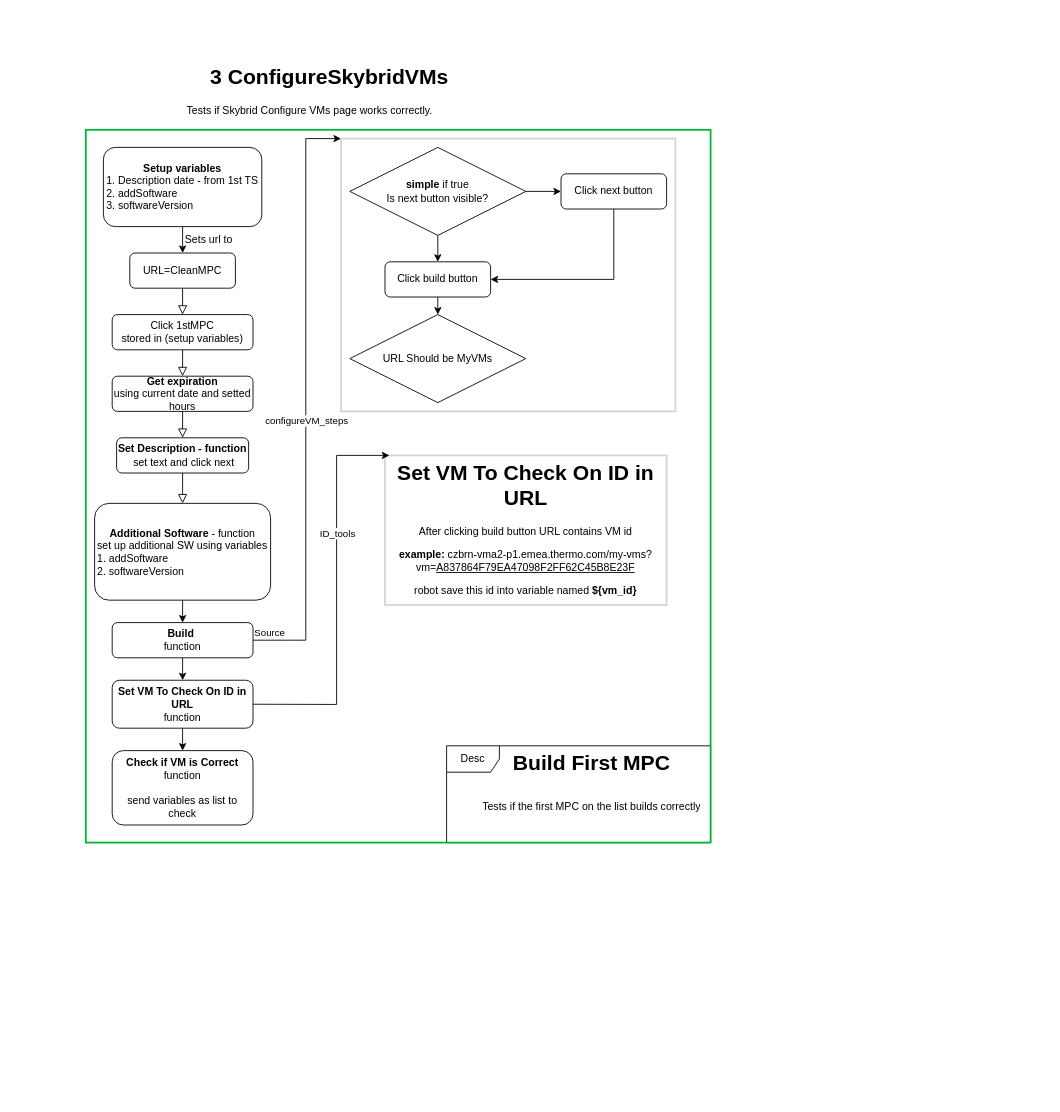
This is page "1 ConfigureVMs" (5 of 5) of 4_MyVMS.drawio from MartinBlazek6/Project, a draw.io file, before an edit. Source tidied: cells renumbered, new cells numbered last; positions are measured from the earlier drawing's top-left corner, leaving out a move shared by most shapes. Both pictures are drawn from the tidied source at 88%, with x=0, y=0 at pixel (41, 59).
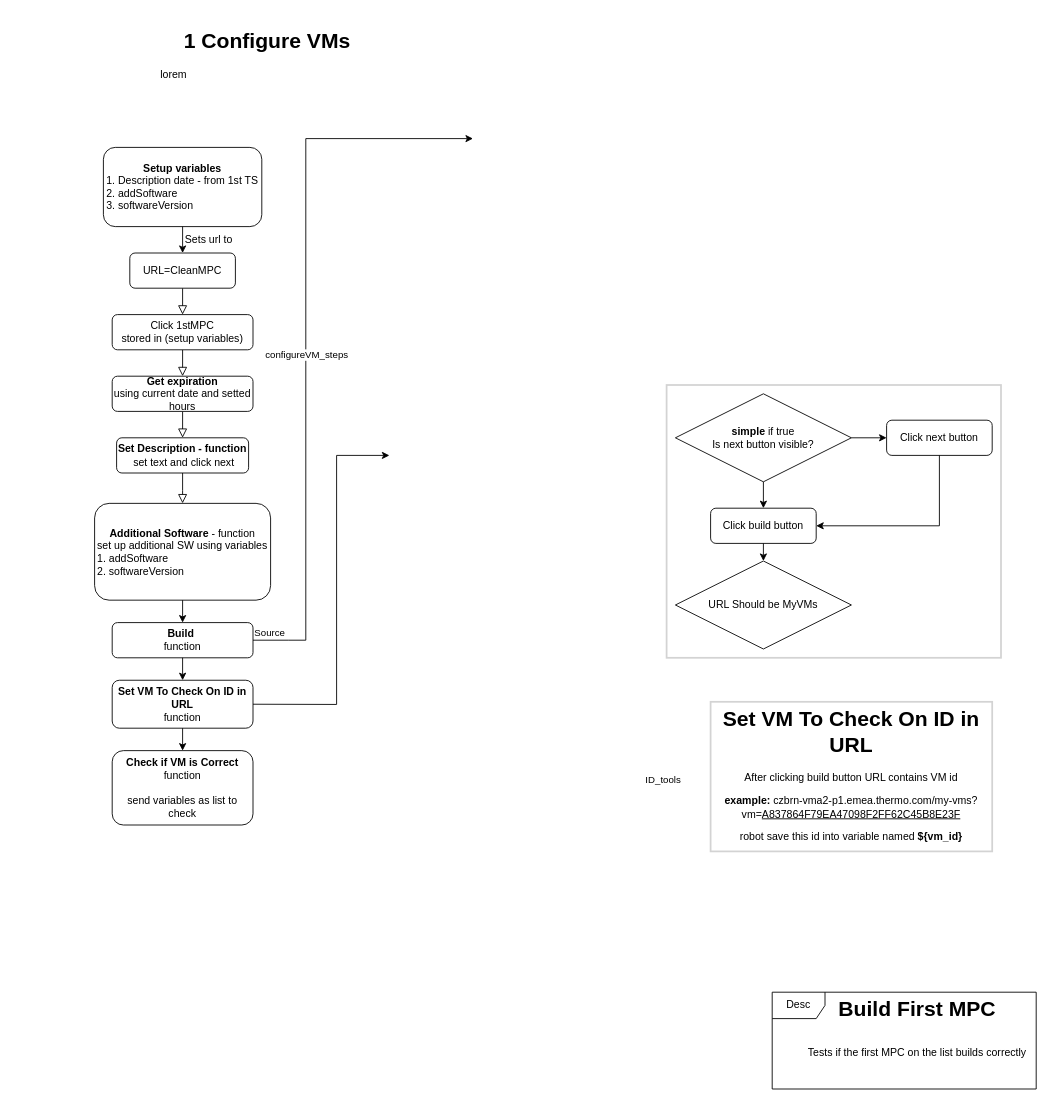
After the change.

The change refers to these unchanged cells:
```xml
<mxCell id="15" value="&lt;b&gt;Build&amp;nbsp;&lt;/b&gt;&lt;br&gt;function" style="rounded=1;whiteSpace=wrap;html=1;fontSize=12;glass=0;strokeWidth=1;shadow=0;" parent="1" vertex="1">
  <mxGeometry x="80" y="640" width="160" height="40" as="geometry" />
</mxCell>
<mxCell id="33" style="endArrow=classic;html=1;rounded=0;exitX=1;exitY=0.5;exitDx=0;exitDy=0;entryX=0;entryY=0;entryDx=0;entryDy=0;" parent="1" edge="1" source="29">
  <mxGeometry relative="1" as="geometry">
    <mxPoint x="395" y="450" as="targetPoint" />
    <Array as="points">
      <mxPoint x="335" y="733" />
      <mxPoint x="335" y="450" />
    </Array>
  </mxGeometry>
</mxCell>
```

The edit, as a diff of the source:
```diff
@@
-    <mxCell id="2" value="&lt;blockquote style=&quot;margin: 0 0 0 40px ; border: none ; padding: 0px&quot;&gt;&lt;blockquote style=&quot;margin: 0 0 0 40px ; border: none ; padding: 0px&quot;&gt;&lt;blockquote style=&quot;margin: 0 0 0 40px ; border: none ; padding: 0px&quot;&gt;&lt;blockquote style=&quot;margin: 0 0 0 40px ; border: none ; padding: 0px&quot;&gt;&lt;h1&gt;&lt;span style=&quot;white-space: pre&quot;&gt; &lt;/span&gt;&lt;span style=&quot;white-space: pre&quot;&gt; &lt;/span&gt;&lt;span style=&quot;white-space: pre&quot;&gt; &lt;/span&gt;&lt;span style=&quot;white-space: pre&quot;&gt; &lt;/span&gt;3 ConfigureSkybridVMs&lt;/h1&gt;&lt;/blockquote&gt;&lt;/blockquote&gt;&lt;/blockquote&gt;&lt;blockquote style=&quot;margin: 0 0 0 40px ; border: none ; padding: 0px&quot;&gt;&lt;blockquote style=&quot;margin: 0 0 0 40px ; border: none ; padding: 0px&quot;&gt;&lt;blockquote style=&quot;margin: 0 0 0 40px ; border: none ; padding: 0px&quot;&gt;&lt;p&gt;Tests if Skybrid Configure VMs page works correctly.&lt;/p&gt;&lt;/blockquote&gt;&lt;/blockquote&gt;&lt;/blockquote&gt;&lt;/blockquote&gt;" style="text;html=1;strokeColor=none;fillColor=none;spacing=5;spacingTop=-20;whiteSpace=wrap;overflow=hidden;rounded=0;fontSize=12;align=left;" parent="1" vertex="1">
-      <mxGeometry width="790" height="120" as="geometry" />
+    <mxCell id="2" value="&lt;blockquote style=&quot;margin: 0 0 0 40px ; border: none ; padding: 0px&quot;&gt;&lt;blockquote style=&quot;margin: 0 0 0 40px ; border: none ; padding: 0px&quot;&gt;&lt;blockquote style=&quot;margin: 0 0 0 40px ; border: none ; padding: 0px&quot;&gt;&lt;blockquote style=&quot;margin: 0 0 0 40px ; border: none ; padding: 0px&quot;&gt;&lt;h1&gt;&lt;span style=&quot;white-space: pre&quot;&gt; &lt;/span&gt;&lt;span style=&quot;white-space: pre&quot;&gt; &lt;/span&gt;&lt;span style=&quot;white-space: pre&quot;&gt; &lt;/span&gt;&lt;span style=&quot;white-space: pre&quot;&gt; 1&lt;/span&gt;&amp;nbsp;Configure VMs&lt;/h1&gt;&lt;/blockquote&gt;&lt;/blockquote&gt;&lt;/blockquote&gt;&lt;blockquote style=&quot;margin: 0 0 0 40px ; border: none ; padding: 0px&quot;&gt;&lt;blockquote style=&quot;margin: 0 0 0 40px ; border: none ; padding: 0px&quot;&gt;&lt;blockquote style=&quot;margin: 0 0 0 40px ; border: none ; padding: 0px&quot;&gt;&lt;p&gt;lorem&lt;/p&gt;&lt;/blockquote&gt;&lt;/blockquote&gt;&lt;/blockquote&gt;&lt;/blockquote&gt;" style="text;html=1;strokeColor=none;fillColor=none;spacing=5;spacingTop=-20;whiteSpace=wrap;overflow=hidden;rounded=0;fontSize=12;align=left;" parent="1" vertex="1">
+      <mxGeometry x="-30" y="-40" width="790" height="120" as="geometry" />
     </mxCell>
@@
     <mxCell id="17" value="&lt;b&gt;simple &lt;/b&gt;if true&lt;br&gt;Is next button visible?" style="rhombus;whiteSpace=wrap;html=1;align=center;" parent="1" vertex="1">
-      <mxGeometry x="350" y="100" width="200" height="100" as="geometry" />
+      <mxGeometry x="720" y="380" width="200" height="100" as="geometry" />
     </mxCell>
     <mxCell id="18" value="Click next button" style="rounded=1;whiteSpace=wrap;html=1;fontSize=12;glass=0;strokeWidth=1;shadow=0;" parent="1" vertex="1">
-      <mxGeometry x="590" y="130" width="120" height="40" as="geometry" />
+      <mxGeometry x="960" y="410" width="120" height="40" as="geometry" />
     </mxCell>
     <mxCell id="19" value="Click build button" style="rounded=1;whiteSpace=wrap;html=1;fontSize=12;glass=0;strokeWidth=1;shadow=0;" parent="1" vertex="1">
-      <mxGeometry x="390" y="230" width="120" height="40" as="geometry" />
+      <mxGeometry x="760" y="510" width="120" height="40" as="geometry" />
     </mxCell>
     <mxCell id="20" value="URL Should be MyVMs" style="rhombus;whiteSpace=wrap;html=1;align=center;" parent="1" vertex="1">
-      <mxGeometry x="350" y="290" width="200" height="100" as="geometry" />
+      <mxGeometry x="720" y="570" width="200" height="100" as="geometry" />
     </mxCell>
@@
     <mxCell id="24" style="endArrow=classic;html=1;rounded=0;exitX=0.5;exitY=1;exitDx=0;exitDy=0;entryX=1;entryY=0.5;entryDx=0;entryDy=0;" parent="1" edge="1" source="18" target="19">
       <mxGeometry relative="1" as="geometry">
         <Array as="points">
-          <mxPoint x="650" y="250" />
+          <mxPoint x="1020" y="530" />
         </Array>
       </mxGeometry>
     </mxCell>
     <mxCell id="25" style="rounded=0;whiteSpace=wrap;html=1;fillColor=none;strokeColor=#d3d3d3;strokeWidth=2;align=center;" parent="1" vertex="1">
-      <mxGeometry x="340" y="90" width="380" height="310" as="geometry" />
+      <mxGeometry x="710" y="370" width="380" height="310" as="geometry" />
     </mxCell>
-    <mxCell id="26" style="endArrow=classic;html=1;rounded=0;exitX=1;exitY=0.5;exitDx=0;exitDy=0;entryX=0;entryY=0;entryDx=0;entryDy=0;" parent="1" edge="1" source="15" target="25">
+    <mxCell id="26" style="endArrow=classic;html=1;rounded=0;exitX=1;exitY=0.5;exitDx=0;exitDy=0;" parent="1" edge="1" source="15">
       <mxGeometry relative="1" as="geometry">
+        <mxPoint x="490" y="90" as="targetPoint" />
         <Array as="points">
           <mxPoint x="280" y="660" />
           <mxPoint x="300" y="660" />
           <mxPoint x="300" y="90" />
         </Array>
       </mxGeometry>
     </mxCell>
@@
     <mxCell id="31" value="&lt;h1&gt;Set VM To Check On ID in URL&lt;/h1&gt;&lt;p&gt;After clicking build button URL contains VM id&lt;/p&gt;&lt;p&gt;&lt;b&gt;example:&lt;/b&gt;&amp;nbsp;czbrn-vma2-p1.emea.thermo.com/my-vms?vm=&lt;u&gt;A837864F79EA47098F2FF62C45B8E23F&lt;/u&gt;&lt;/p&gt;&lt;p&gt;robot save this id into variable named &lt;b&gt;${vm_id}&lt;/b&gt;&lt;/p&gt;" style="text;html=1;strokeColor=none;fillColor=none;spacing=5;spacingTop=-20;whiteSpace=wrap;overflow=hidden;rounded=0;align=center;" parent="1" vertex="1">
-      <mxGeometry x="380" y="450" width="340" height="170" as="geometry" />
+      <mxGeometry x="750" y="730" width="340" height="170" as="geometry" />
     </mxCell>
     <mxCell id="32" style="rounded=0;whiteSpace=wrap;html=1;fillColor=none;strokeColor=#d3d3d3;strokeWidth=2;align=center;" parent="1" vertex="1">
-      <mxGeometry x="390" y="450" width="320" height="170" as="geometry" />
+      <mxGeometry x="760" y="730" width="320" height="170" as="geometry" />
     </mxCell>
@@
     <mxCell id="34" value="ID_tools" style="edgeLabel;html=1;align=center;verticalAlign=middle;" parent="33" vertex="1">
       <mxGeometry relative="1" as="geometry">
-        <mxPoint y="-71" as="offset" />
+        <mxPoint x="370" y="209" as="offset" />
       </mxGeometry>
     </mxCell>
@@
     <mxCell id="37" value="Desc" style="shape=umlFrame;whiteSpace=wrap;html=1;align=center;" parent="1" vertex="1">
-      <mxGeometry x="460" y="780" width="300" height="110" as="geometry" />
+      <mxGeometry x="830" y="1060" width="300" height="110" as="geometry" />
     </mxCell>
     <mxCell id="38" value="&lt;h1&gt;&lt;span&gt;&lt;span&gt; &lt;/span&gt;Build First MPC&lt;/span&gt;&lt;/h1&gt;&lt;h1&gt;&lt;span style=&quot;font-size: 12px ; font-weight: 400&quot;&gt;Tests if the first MPC on the list builds correctly&lt;/span&gt;&lt;br&gt;&lt;/h1&gt;" style="text;html=1;strokeColor=none;fillColor=none;spacing=5;spacingTop=-20;whiteSpace=wrap;overflow=hidden;rounded=0;align=center;" parent="1" vertex="1">
-      <mxGeometry x="480" y="780" width="290" height="120" as="geometry" />
+      <mxGeometry x="850" y="1060" width="290" height="120" as="geometry" />
     </mxCell>
-    <mxCell id="39" style="rounded=0;whiteSpace=wrap;html=1;fillColor=none;strokeColor=#00B336;strokeWidth=2;align=center;" parent="1" vertex="1">
-      <mxGeometry x="50" y="80" width="710" height="810" as="geometry" />
-    </mxCell>
```
